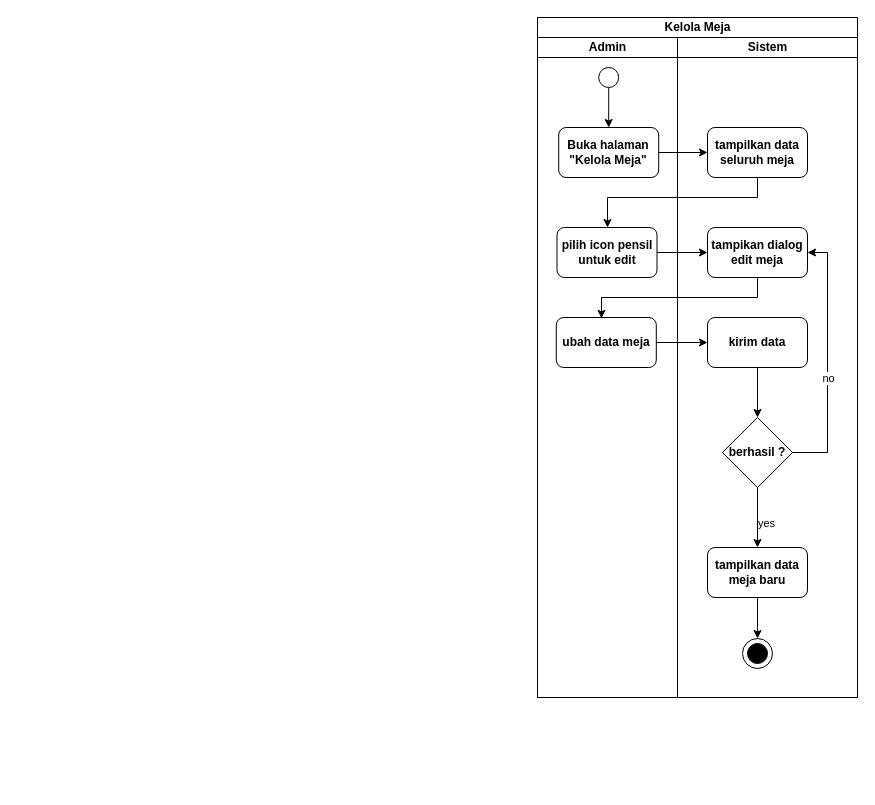
Earlier version of the draw.io diagram page "kelola meja" (5 of 19) of assets/uml/activity-diagram.drawio (RIOKOWI/warmindo_purnama_flutter). Source tidied: cells renumbered, new cells numbered last; positions are measured from the earlier drawing's top-left corner, leaving out a move shared by most shapes. Both pictures are drawn from the tidied source at 100%, with x=0, y=0 at pixel (17, 17).
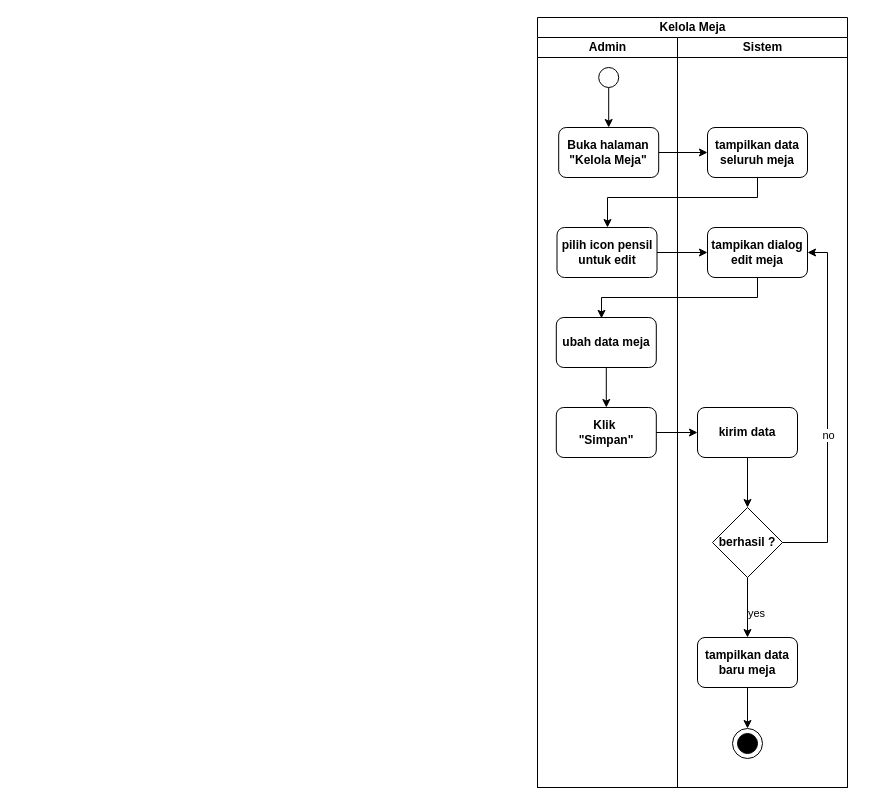
After the change.

The change refers to these unchanged cells:
```xml
<mxCell id="9" value="ubah data meja" style="rounded=1;whiteSpace=wrap;html=1;strokeColor=default;align=center;verticalAlign=middle;fontFamily=Helvetica;fontSize=12;fontColor=default;fontStyle=1;fillColor=default;" parent="4" vertex="1">
  <mxGeometry x="18.8" y="280" width="100" height="50" as="geometry" />
</mxCell>
<mxCell id="23" value="tampikan dialog edit meja" style="rounded=1;whiteSpace=wrap;html=1;strokeColor=default;align=center;verticalAlign=middle;fontFamily=Helvetica;fontSize=12;fontColor=default;fontStyle=1;fillColor=default;" parent="11" vertex="1">
  <mxGeometry x="30" y="190" width="100" height="50" as="geometry" />
</mxCell>
```

The edit, as a diff of the source:
```diff
@@
     <mxCell id="3" value="Kelola Meja" style="swimlane;startSize=20;html=1;" parent="1" vertex="1">
-      <mxGeometry x="520" width="320" height="680" as="geometry" />
+      <mxGeometry x="520" width="310" height="770" as="geometry" />
     </mxCell>
     <mxCell id="4" value="Admin" style="swimlane;startSize=20;html=1;" parent="3" vertex="1">
-      <mxGeometry y="20" width="140" height="660" as="geometry" />
+      <mxGeometry y="20" width="140" height="750" as="geometry" />
     </mxCell>
@@
+    <mxCell id="30" style="edgeStyle=orthogonalEdgeStyle;shape=connector;curved=0;rounded=0;html=1;entryX=0.5;entryY=0;entryDx=0;entryDy=0;strokeColor=default;align=center;verticalAlign=middle;fontFamily=Helvetica;fontSize=11;fontColor=default;labelBackgroundColor=default;endArrow=classic;" parent="4" edge="1" source="9" target="31">
+      <mxGeometry relative="1" as="geometry" />
+    </mxCell>
@@
+    <mxCell id="31" value="Klik&amp;nbsp;&lt;div&gt;&quot;Simpan&quot;&lt;/div&gt;" style="rounded=1;whiteSpace=wrap;html=1;strokeColor=default;align=center;verticalAlign=middle;fontFamily=Helvetica;fontSize=12;fontColor=default;fontStyle=1;fillColor=default;" parent="4" vertex="1">
+      <mxGeometry x="18.8" y="370" width="100" height="50" as="geometry" />
+    </mxCell>
@@
     <mxCell id="11" value="Sistem" style="swimlane;startSize=20;html=1;" parent="3" vertex="1">
-      <mxGeometry x="140" y="20" width="180" height="660" as="geometry" />
+      <mxGeometry x="140" y="20" width="170" height="750" as="geometry" />
     </mxCell>
@@
     <mxCell id="13" style="edgeStyle=orthogonalEdgeStyle;shape=connector;rounded=0;html=1;entryX=1;entryY=0.5;entryDx=0;entryDy=0;strokeColor=default;align=center;verticalAlign=middle;fontFamily=Helvetica;fontSize=11;fontColor=default;labelBackgroundColor=default;endArrow=classic;curved=0;exitX=1;exitY=0.5;exitDx=0;exitDy=0;" parent="11" edge="1" source="17" target="23">
       <mxGeometry relative="1" as="geometry">
         <Array as="points">
-          <mxPoint x="150" y="415" />
+          <mxPoint x="150" y="505" />
           <mxPoint x="150" y="215" />
         </Array>
       </mxGeometry>
     </mxCell>
@@
     <mxCell id="17" value="berhasil ?" style="rhombus;whiteSpace=wrap;html=1;strokeColor=default;align=center;verticalAlign=middle;fontFamily=Helvetica;fontSize=12;fontColor=default;fontStyle=1;fillColor=default;" parent="11" vertex="1">
-      <mxGeometry x="45" y="380" width="70" height="70" as="geometry" />
+      <mxGeometry x="35" y="470" width="70" height="70" as="geometry" />
     </mxCell>
@@
-    <mxCell id="19" value="tampilkan data meja baru" style="rounded=1;whiteSpace=wrap;html=1;strokeColor=default;align=center;verticalAlign=middle;fontFamily=Helvetica;fontSize=12;fontColor=default;fontStyle=1;fillColor=default;" parent="11" vertex="1">
-      <mxGeometry x="30" y="510" width="100" height="50" as="geometry" />
+    <mxCell id="19" value="tampilkan data baru meja" style="rounded=1;whiteSpace=wrap;html=1;strokeColor=default;align=center;verticalAlign=middle;fontFamily=Helvetica;fontSize=12;fontColor=default;fontStyle=1;fillColor=default;" parent="11" vertex="1">
+      <mxGeometry x="20" y="600" width="100" height="50" as="geometry" />
     </mxCell>
     <mxCell id="20" style="group;" parent="11" vertex="1">
-      <mxGeometry x="65" y="601" width="30" height="30" as="geometry" />
+      <mxGeometry x="55" y="691" width="30" height="30" as="geometry" />
     </mxCell>
@@
     <mxCell id="25" value="kirim data" style="rounded=1;whiteSpace=wrap;html=1;strokeColor=default;align=center;verticalAlign=middle;fontFamily=Helvetica;fontSize=12;fontColor=default;fontStyle=1;fillColor=default;" parent="11" vertex="1">
-      <mxGeometry x="30" y="280" width="100" height="50" as="geometry" />
+      <mxGeometry x="20" y="370" width="100" height="50" as="geometry" />
     </mxCell>
@@
-    <mxCell id="27" style="edgeStyle=orthogonalEdgeStyle;shape=connector;curved=0;rounded=0;html=1;strokeColor=default;align=center;verticalAlign=middle;fontFamily=Helvetica;fontSize=11;fontColor=default;labelBackgroundColor=default;endArrow=classic;" parent="3" edge="1" source="9" target="25">
-      <mxGeometry relative="1" as="geometry" />
-    </mxCell>
@@
+    <mxCell id="32" style="edgeStyle=orthogonalEdgeStyle;shape=connector;curved=0;rounded=0;html=1;entryX=0;entryY=0.5;entryDx=0;entryDy=0;strokeColor=default;align=center;verticalAlign=middle;fontFamily=Helvetica;fontSize=11;fontColor=default;labelBackgroundColor=default;endArrow=classic;" parent="3" edge="1" source="31" target="25">
+      <mxGeometry relative="1" as="geometry" />
+    </mxCell>
```
